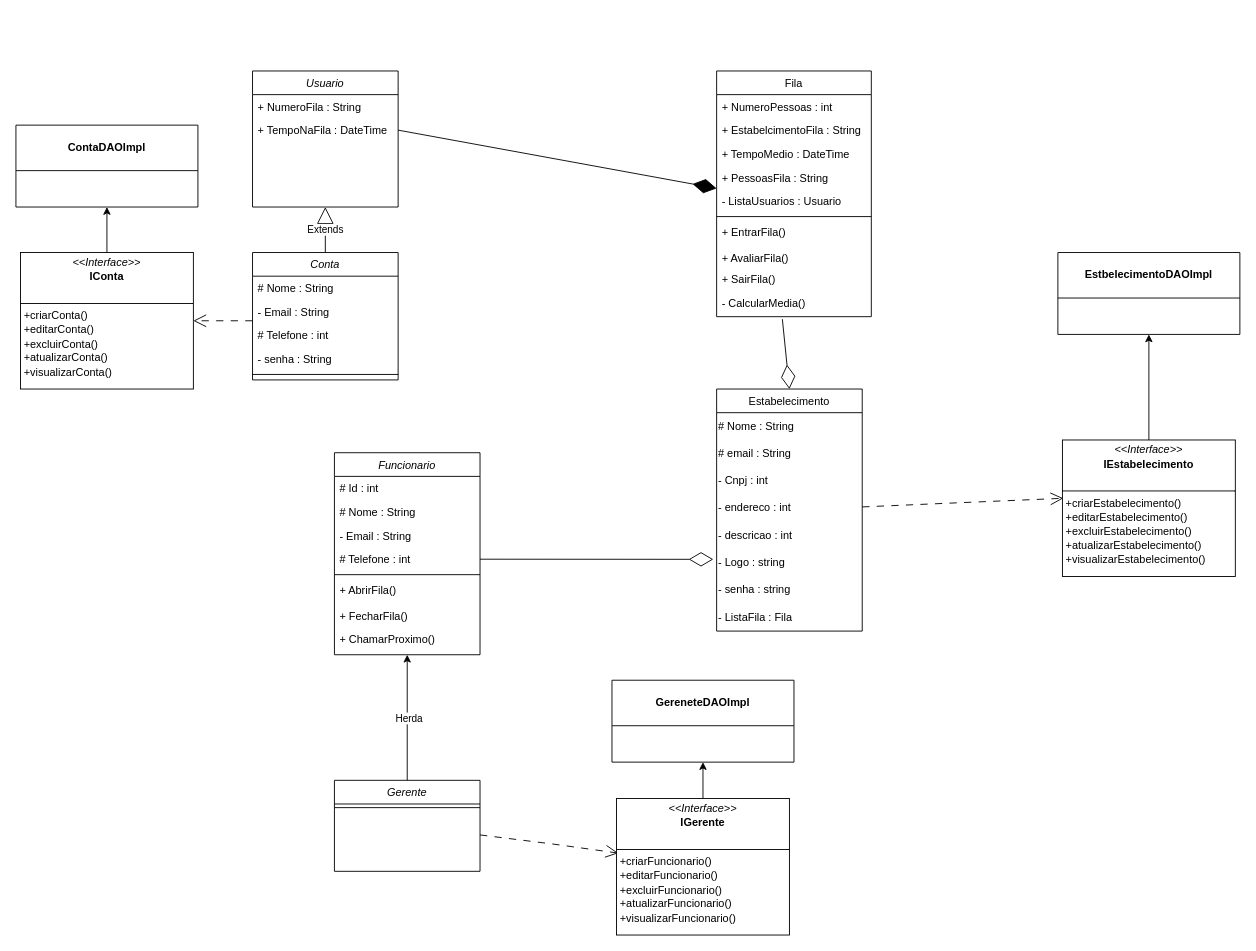
Before: DiagramaClassesPit.drawio in LuizFelipeCavalcante/Diagramas, a draw.io diagram. Source tidied: cells renumbered, new cells numbered last; positions are measured from the earlier drawing's top-left corner, leaving out a move shared by most shapes. Both pictures are drawn from the tidied source at 91%, with x=0, y=0 at pixel (15, 70).
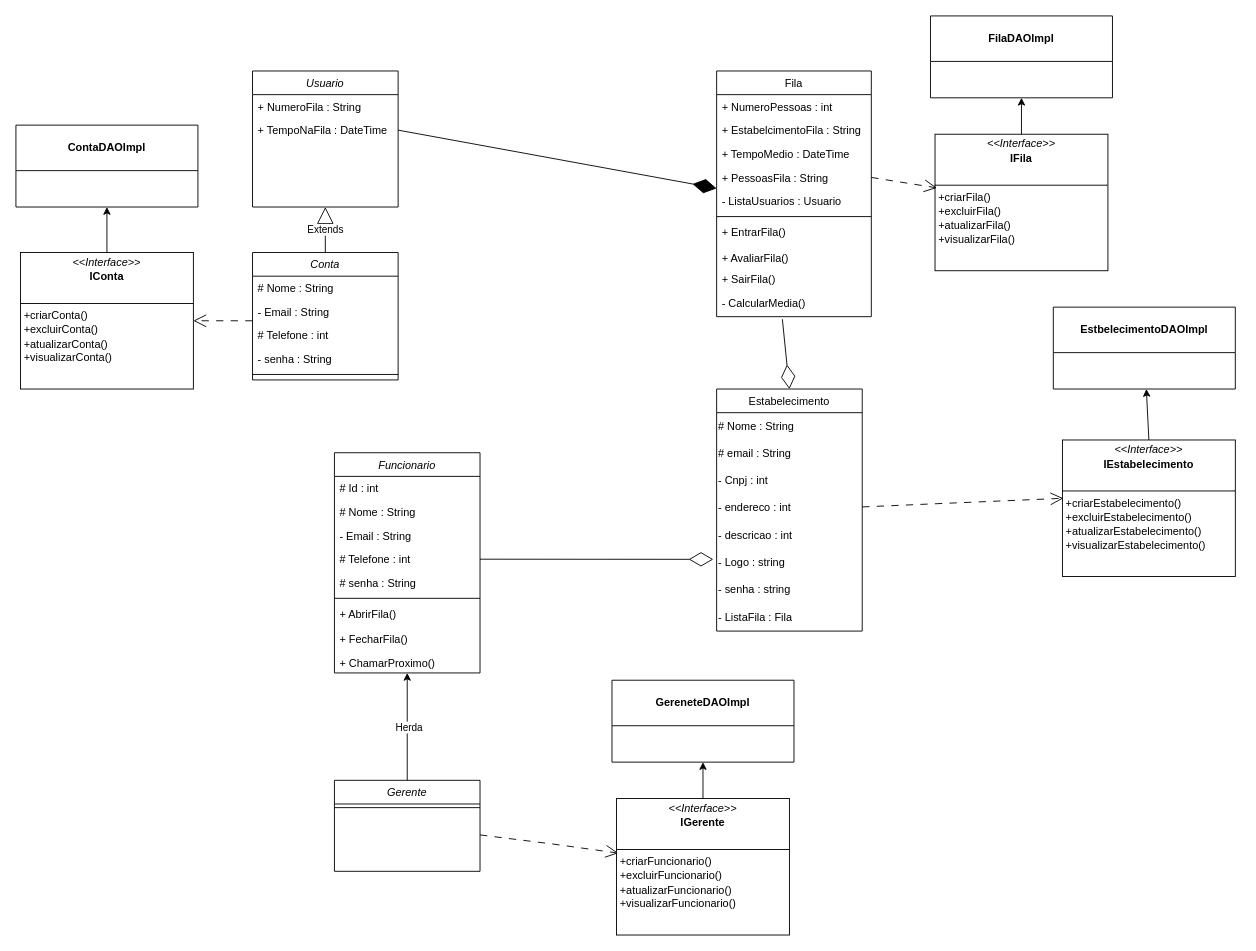
Above is the later version.

The change refers to these unchanged cells:
```xml
<mxCell id="18" value="+ PessoasFila : String" style="text;align=left;verticalAlign=top;spacingLeft=4;spacingRight=4;overflow=hidden;points=[[0,0.5],[1,0.5]];portConstraint=eastwest;rounded=0;shadow=0;html=0;" parent="14" vertex="1">
  <mxGeometry y="104" width="170" height="26" as="geometry" />
</mxCell>
```

What changed in the source:
```diff
@@
     <mxCell id="25" value="Funcionario" style="swimlane;fontStyle=2;align=center;verticalAlign=top;horizontal=1;startSize=26;rounded=0;shadow=0;strokeWidth=1;" parent="1" vertex="1">
-      <mxGeometry x="350" y="420" width="160" height="222" as="geometry" />
+      <mxGeometry x="350" y="420" width="160" height="242" as="geometry" />
     </mxCell>
@@
+    <mxCell id="60" value="# senha : String " style="text;align=left;verticalAlign=top;spacingLeft=4;spacingRight=4;overflow=hidden;rounded=0;shadow=0;html=0;" parent="25" vertex="1">
+      <mxGeometry y="130" width="160" height="26" as="geometry" />
+    </mxCell>
     <mxCell id="30" style="line;html=1;strokeWidth=1;align=left;verticalAlign=middle;spacingTop=-1;spacingLeft=3;spacingRight=3;labelPosition=right;" parent="25" vertex="1">
-      <mxGeometry y="130" width="160" height="8" as="geometry" />
+      <mxGeometry y="156" width="160" height="8" as="geometry" />
     </mxCell>
     <mxCell id="31" value="+ AbrirFila()" style="text;align=left;verticalAlign=top;spacingLeft=4;spacingRight=4;overflow=hidden;" parent="25" vertex="1">
-      <mxGeometry y="138" width="160" height="28" as="geometry" />
+      <mxGeometry y="164" width="160" height="28" as="geometry" />
     </mxCell>
     <mxCell id="32" value="+ FecharFila()" style="text;align=left;verticalAlign=top;spacingLeft=4;spacingRight=4;overflow=hidden;rounded=0;shadow=0;html=0;" parent="25" vertex="1">
-      <mxGeometry y="166" width="160" height="26" as="geometry" />
+      <mxGeometry y="192" width="160" height="26" as="geometry" />
     </mxCell>
     <mxCell id="33" value="+ ChamarProximo()" style="text;align=left;verticalAlign=top;spacingLeft=4;spacingRight=4;overflow=hidden;rounded=0;shadow=0;html=0;" parent="25" vertex="1">
-      <mxGeometry y="192" width="160" height="24" as="geometry" />
+      <mxGeometry y="218" width="160" height="24" as="geometry" />
     </mxCell>
@@
     <mxCell id="49" value="EstbelecimentoDAOImpl" style="swimlane;whiteSpace=wrap;html=1;startSize=50;" parent="1" vertex="1">
-      <mxGeometry x="1145" y="200" width="200" height="90" as="geometry" />
+      <mxGeometry x="1140" y="260" width="200" height="90" as="geometry" />
     </mxCell>
@@
-    <mxCell id="52" value="&lt;p style=&quot;margin: 4px 0px 0px; text-align: center; line-height: 130%;&quot;&gt;&lt;i&gt;&amp;lt;&amp;lt;Interface&amp;gt;&amp;gt;&lt;/i&gt;&lt;br&gt;&lt;b&gt;IGerente&lt;/b&gt;&lt;/p&gt;&lt;br&gt;&lt;hr size=&quot;1&quot; style=&quot;border-style: solid; line-height: 130%;&quot;&gt;&lt;p style=&quot;margin: 0px 0px 0px 4px; line-height: 130%;&quot;&gt;&lt;span style=&quot;background-color: initial;&quot;&gt;+criarFuncionario()&lt;/span&gt;&lt;/p&gt;&lt;p style=&quot;margin: 0px 0px 0px 4px; line-height: 130%;&quot;&gt;+editarFuncionario()&lt;br&gt;+excluirFuncionario()&lt;br&gt;+atualizarFuncionario()&lt;/p&gt;&lt;p style=&quot;margin: 0px 0px 0px 4px; line-height: 130%;&quot;&gt;+visualizarFuncionario()&lt;br&gt;&lt;br&gt;&lt;br&gt;&lt;/p&gt;" style="verticalAlign=top;align=left;overflow=fill;html=1;whiteSpace=wrap;" parent="1" vertex="1">
+    <mxCell id="52" value="&lt;p style=&quot;margin: 4px 0px 0px; text-align: center; line-height: 130%;&quot;&gt;&lt;i&gt;&amp;lt;&amp;lt;Interface&amp;gt;&amp;gt;&lt;/i&gt;&lt;br&gt;&lt;b&gt;IGerente&lt;/b&gt;&lt;/p&gt;&lt;br&gt;&lt;hr size=&quot;1&quot; style=&quot;border-style: solid; line-height: 130%;&quot;&gt;&lt;p style=&quot;margin: 0px 0px 0px 4px; line-height: 130%;&quot;&gt;&lt;span style=&quot;background-color: initial;&quot;&gt;+criarFuncionario()&lt;/span&gt;&lt;/p&gt;&lt;p style=&quot;margin: 0px 0px 0px 4px; line-height: 130%;&quot;&gt;+excluirFuncionario()&lt;br&gt;+atualizarFuncionario()&lt;/p&gt;&lt;p style=&quot;margin: 0px 0px 0px 4px; line-height: 130%;&quot;&gt;+visualizarFuncionario()&lt;br&gt;&lt;br&gt;&lt;br&gt;&lt;/p&gt;" style="verticalAlign=top;align=left;overflow=fill;html=1;whiteSpace=wrap;" parent="1" vertex="1">
       <mxGeometry x="660" y="800" width="190" height="150" as="geometry" />
     </mxCell>
-    <mxCell id="53" value="&lt;p style=&quot;margin: 4px 0px 0px; text-align: center; line-height: 130%;&quot;&gt;&lt;i&gt;&amp;lt;&amp;lt;Interface&amp;gt;&amp;gt;&lt;/i&gt;&lt;br&gt;&lt;b&gt;IEstabelecimento&lt;/b&gt;&lt;/p&gt;&lt;br&gt;&lt;hr size=&quot;1&quot; style=&quot;border-style: solid; line-height: 130%;&quot;&gt;&lt;p style=&quot;margin: 0px 0px 0px 4px; line-height: 130%;&quot;&gt;&lt;span style=&quot;background-color: initial;&quot;&gt;+criarEstabelecimento()&lt;/span&gt;&lt;/p&gt;&lt;p style=&quot;margin: 0px 0px 0px 4px; line-height: 130%;&quot;&gt;+editarEstabelecimento()&lt;br&gt;+excluirEstabelecimento()&lt;br&gt;+atualizarEstabelecimento()&lt;/p&gt;&lt;p style=&quot;margin: 0px 0px 0px 4px; line-height: 130%;&quot;&gt;+visualizarEstabelecimento()&lt;br&gt;&lt;br&gt;&lt;br&gt;&lt;/p&gt;" style="verticalAlign=top;align=left;overflow=fill;html=1;whiteSpace=wrap;" parent="1" vertex="1">
+    <mxCell id="53" value="&lt;p style=&quot;margin: 4px 0px 0px; text-align: center; line-height: 130%;&quot;&gt;&lt;i&gt;&amp;lt;&amp;lt;Interface&amp;gt;&amp;gt;&lt;/i&gt;&lt;br&gt;&lt;b&gt;IEstabelecimento&lt;/b&gt;&lt;/p&gt;&lt;br&gt;&lt;hr size=&quot;1&quot; style=&quot;border-style: solid; line-height: 130%;&quot;&gt;&lt;p style=&quot;margin: 0px 0px 0px 4px; line-height: 130%;&quot;&gt;&lt;span style=&quot;background-color: initial;&quot;&gt;+criarEstabelecimento()&lt;/span&gt;&lt;/p&gt;&lt;p style=&quot;margin: 0px 0px 0px 4px; line-height: 130%;&quot;&gt;+excluirEstabelecimento()&lt;br&gt;+atualizarEstabelecimento()&lt;/p&gt;&lt;p style=&quot;margin: 0px 0px 0px 4px; line-height: 130%;&quot;&gt;+visualizarEstabelecimento()&lt;br&gt;&lt;br&gt;&lt;br&gt;&lt;/p&gt;" style="verticalAlign=top;align=left;overflow=fill;html=1;whiteSpace=wrap;" parent="1" vertex="1">
       <mxGeometry x="1150" y="406" width="190" height="150" as="geometry" />
     </mxCell>
@@
-    <mxCell id="56" value="&lt;p style=&quot;margin: 4px 0px 0px; text-align: center; line-height: 130%;&quot;&gt;&lt;i&gt;&amp;lt;&amp;lt;Interface&amp;gt;&amp;gt;&lt;/i&gt;&lt;br&gt;&lt;b&gt;IConta&lt;/b&gt;&lt;/p&gt;&lt;br&gt;&lt;hr size=&quot;1&quot; style=&quot;border-style: solid; line-height: 130%;&quot;&gt;&lt;p style=&quot;margin: 0px 0px 0px 4px; line-height: 130%;&quot;&gt;&lt;span style=&quot;background-color: initial;&quot;&gt;+criarConta()&lt;/span&gt;&lt;/p&gt;&lt;p style=&quot;margin: 0px 0px 0px 4px; line-height: 130%;&quot;&gt;+editarConta()&lt;br&gt;+excluirConta()&lt;br&gt;+atualizarConta()&lt;/p&gt;&lt;p style=&quot;margin: 0px 0px 0px 4px; line-height: 130%;&quot;&gt;+visualizarConta()&lt;br&gt;&lt;br&gt;&lt;br&gt;&lt;/p&gt;" style="verticalAlign=top;align=left;overflow=fill;html=1;whiteSpace=wrap;" parent="1" vertex="1">
+    <mxCell id="56" value="&lt;p style=&quot;margin: 4px 0px 0px; text-align: center; line-height: 130%;&quot;&gt;&lt;i&gt;&amp;lt;&amp;lt;Interface&amp;gt;&amp;gt;&lt;/i&gt;&lt;br&gt;&lt;b&gt;IConta&lt;/b&gt;&lt;/p&gt;&lt;br&gt;&lt;hr size=&quot;1&quot; style=&quot;border-style: solid; line-height: 130%;&quot;&gt;&lt;p style=&quot;margin: 0px 0px 0px 4px; line-height: 130%;&quot;&gt;&lt;span style=&quot;background-color: initial;&quot;&gt;+criarConta()&lt;/span&gt;&lt;/p&gt;&lt;p style=&quot;margin: 0px 0px 0px 4px; line-height: 130%;&quot;&gt;&lt;span style=&quot;background-color: initial;&quot;&gt;+excluirConta()&lt;/span&gt;&lt;/p&gt;&lt;p style=&quot;margin: 0px 0px 0px 4px; line-height: 130%;&quot;&gt;+atualizarConta()&lt;/p&gt;&lt;p style=&quot;margin: 0px 0px 0px 4px; line-height: 130%;&quot;&gt;+visualizarConta()&lt;br&gt;&lt;br&gt;&lt;br&gt;&lt;/p&gt;" style="verticalAlign=top;align=left;overflow=fill;html=1;whiteSpace=wrap;" parent="1" vertex="1">
       <mxGeometry x="5" y="200" width="190" height="150" as="geometry" />
     </mxCell>
@@
+    <mxCell id="61" value="&lt;p style=&quot;margin: 4px 0px 0px; text-align: center; line-height: 130%;&quot;&gt;&lt;i&gt;&amp;lt;&amp;lt;Interface&amp;gt;&amp;gt;&lt;/i&gt;&lt;br&gt;&lt;b&gt;IFila&lt;/b&gt;&lt;/p&gt;&lt;br&gt;&lt;hr size=&quot;1&quot; style=&quot;border-style: solid; line-height: 130%;&quot;&gt;&lt;p style=&quot;margin: 0px 0px 0px 4px; line-height: 130%;&quot;&gt;&lt;span style=&quot;background-color: initial;&quot;&gt;+criarFila()&lt;/span&gt;&lt;/p&gt;&lt;p style=&quot;margin: 0px 0px 0px 4px; line-height: 130%;&quot;&gt;&lt;span style=&quot;background-color: initial;&quot;&gt;+excluirFila()&lt;/span&gt;&lt;/p&gt;&lt;p style=&quot;margin: 0px 0px 0px 4px; line-height: 130%;&quot;&gt;+atualizarFila()&lt;/p&gt;&lt;p style=&quot;margin: 0px 0px 0px 4px; line-height: 130%;&quot;&gt;+visualizarFila()&lt;br&gt;&lt;br&gt;&lt;br&gt;&lt;/p&gt;" style="verticalAlign=top;align=left;overflow=fill;html=1;whiteSpace=wrap;" parent="1" vertex="1">
+      <mxGeometry x="1010" y="70" width="190" height="150" as="geometry" />
+    </mxCell>
+    <mxCell id="62" value="FilaDAOImpl" style="swimlane;whiteSpace=wrap;html=1;startSize=50;" parent="1" vertex="1">
+      <mxGeometry x="1005" y="-60" width="200" height="90" as="geometry" />
+    </mxCell>
+    <mxCell id="63" style="endArrow=classic;html=1;rounded=0;entryX=0.5;entryY=1;entryDx=0;entryDy=0;" parent="1" edge="1" source="61" target="62">
+      <mxGeometry relative="1" as="geometry" />
+    </mxCell>
+    <mxCell id="64" style="endArrow=open;html=1;rounded=0;dashed=1;dashPattern=8 8;endFill=0;strokeWidth=1;endSize=12;entryX=0.011;entryY=0.393;entryDx=0;entryDy=0;entryPerimeter=0;exitX=1;exitY=0.5;exitDx=0;exitDy=0;" parent="1" edge="1" source="18" target="61">
+      <mxGeometry relative="1" as="geometry" />
+    </mxCell>
```
